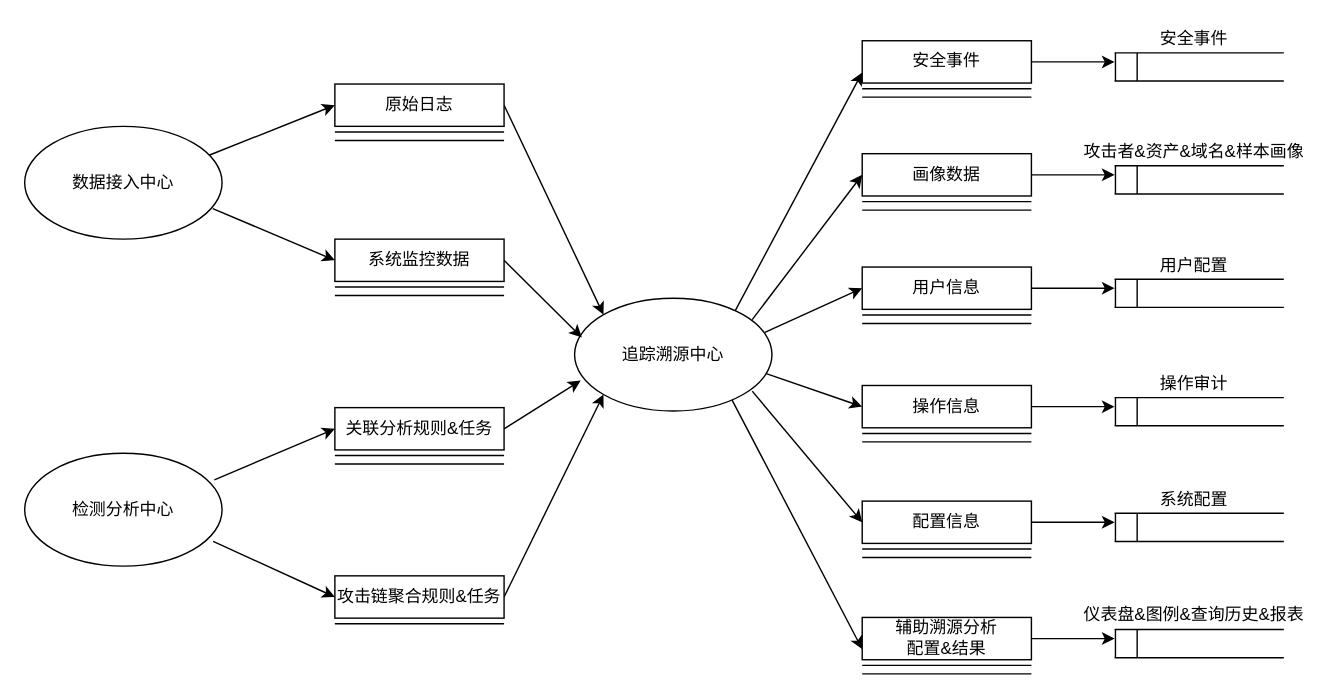
Earlier version of the draw.io diagram 软件概要设计-追踪溯源中心-数据流图.drawio (popvlovs/popvlovs-repository). Source tidied: cells renumbered, new cells numbered last; positions are measured from the earlier drawing's top-left corner, leaving out a move shared by most shapes. Both pictures are drawn from the tidied source at 141%, with x=0, y=0 at pixel (24, 24).
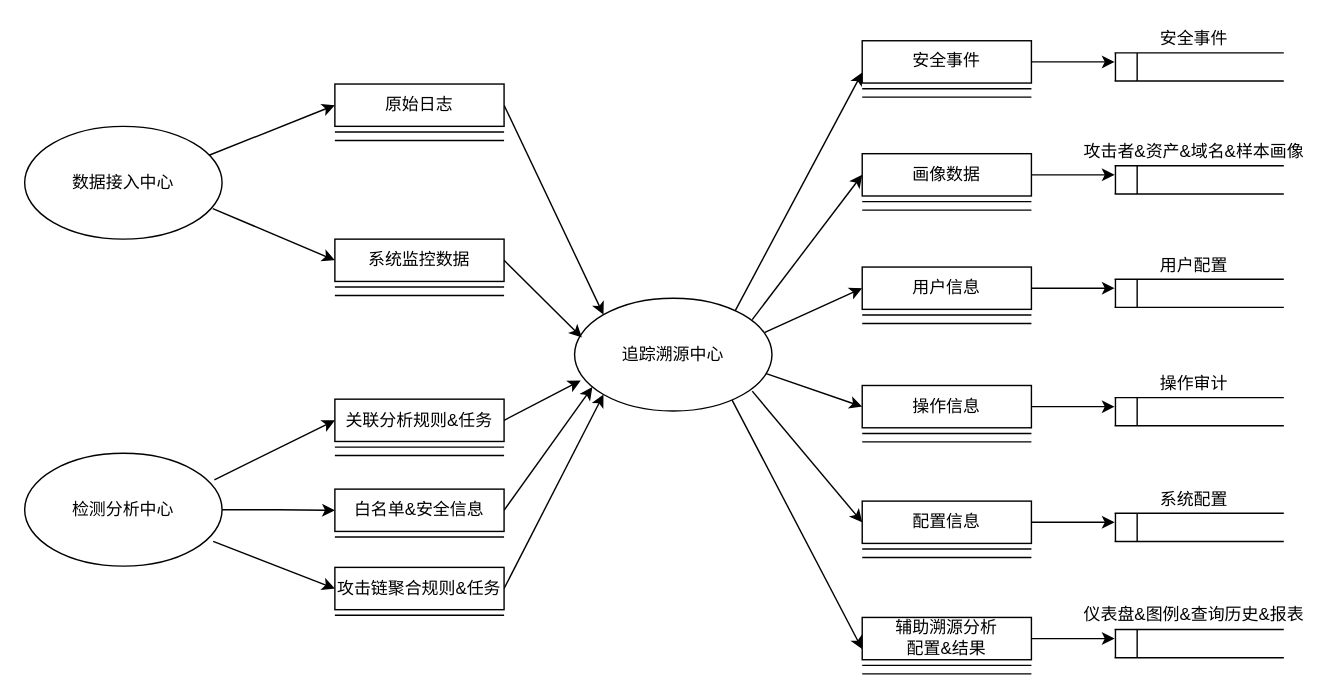
The same diagram, later.

Commit message:
Update 软件概要设计-追踪溯源中心-数据流图.drawio

The change refers to these unchanged cells:
```xml
<mxCell id="8" value="追踪溯源中心" style="ellipse;whiteSpace=wrap;html=1;" parent="1" vertex="1">
  <mxGeometry x="390" y="194" width="140" height="80" as="geometry" />
</mxCell>
<mxCell id="58" value="检测分析中心" style="ellipse;whiteSpace=wrap;html=1;" parent="1" vertex="1">
  <mxGeometry y="304" width="140" height="80" as="geometry" />
</mxCell>
```

Diff of the diagram source:
```diff
@@
+    <mxCell id="90" style="edgeStyle=orthogonalEdgeStyle;rounded=0;jettySize=auto;html=1;entryX=0;entryY=0.5;entryDx=0;entryDy=0;" parent="1" edge="1" source="58" target="92">
+      <mxGeometry relative="1" as="geometry" />
+    </mxCell>
@@
     <mxCell id="60" value="关联分析规则&amp;amp;任务" style="rounded=0;whiteSpace=wrap;html=1;" parent="1" vertex="1">
-      <mxGeometry x="220" y="271.6" width="120" height="30" as="geometry" />
+      <mxGeometry x="220" y="265.6" width="120" height="30" as="geometry" />
     </mxCell>
     <mxCell id="61" style="endArrow=none;html=1;rounded=0;" parent="1" edge="1">
       <mxGeometry relative="1" as="geometry">
-        <mxPoint x="220" y="305.6" as="sourcePoint" />
-        <mxPoint x="340" y="305.6" as="targetPoint" />
+        <mxPoint x="220" y="299.6" as="sourcePoint" />
+        <mxPoint x="340" y="299.6" as="targetPoint" />
       </mxGeometry>
     </mxCell>
     <mxCell id="62" style="endArrow=none;html=1;rounded=0;" parent="1" edge="1">
       <mxGeometry relative="1" as="geometry">
-        <mxPoint x="220" y="311.6" as="sourcePoint" />
-        <mxPoint x="340" y="311.6" as="targetPoint" />
+        <mxPoint x="220" y="305.6" as="sourcePoint" />
+        <mxPoint x="340" y="305.6" as="targetPoint" />
       </mxGeometry>
     </mxCell>
@@
     <mxCell id="64" value="攻击链聚合规则&amp;amp;任务" style="rounded=0;whiteSpace=wrap;html=1;" parent="1" vertex="1">
-      <mxGeometry x="220" y="390.9" width="120" height="30" as="geometry" />
+      <mxGeometry x="220" y="384.9" width="120" height="30" as="geometry" />
     </mxCell>
     <mxCell id="65" style="endArrow=none;html=1;rounded=0;" parent="1" edge="1">
       <mxGeometry relative="1" as="geometry">
-        <mxPoint x="220" y="424.9" as="sourcePoint" />
-        <mxPoint x="340" y="424.9" as="targetPoint" />
+        <mxPoint x="220" y="418.9" as="sourcePoint" />
+        <mxPoint x="340" y="418.9" as="targetPoint" />
       </mxGeometry>
     </mxCell>
@@
+    <mxCell id="91" style="rounded=0;jettySize=auto;html=1;exitX=1;exitY=0.5;exitDx=0;exitDy=0;entryX=0.09;entryY=0.788;entryDx=0;entryDy=0;entryPerimeter=0;" parent="1" edge="1" source="92" target="8">
+      <mxGeometry relative="1" as="geometry" />
+    </mxCell>
+    <mxCell id="92" value="白名单&amp;amp;安全信息" style="rounded=0;whiteSpace=wrap;html=1;" parent="1" vertex="1">
+      <mxGeometry x="220" y="329.4" width="120" height="30" as="geometry" />
+    </mxCell>
+    <mxCell id="93" style="endArrow=none;html=1;rounded=0;" parent="1" edge="1">
+      <mxGeometry relative="1" as="geometry">
+        <mxPoint x="220" y="363.4" as="sourcePoint" />
+        <mxPoint x="340" y="363.4" as="targetPoint" />
+      </mxGeometry>
+    </mxCell>
```
